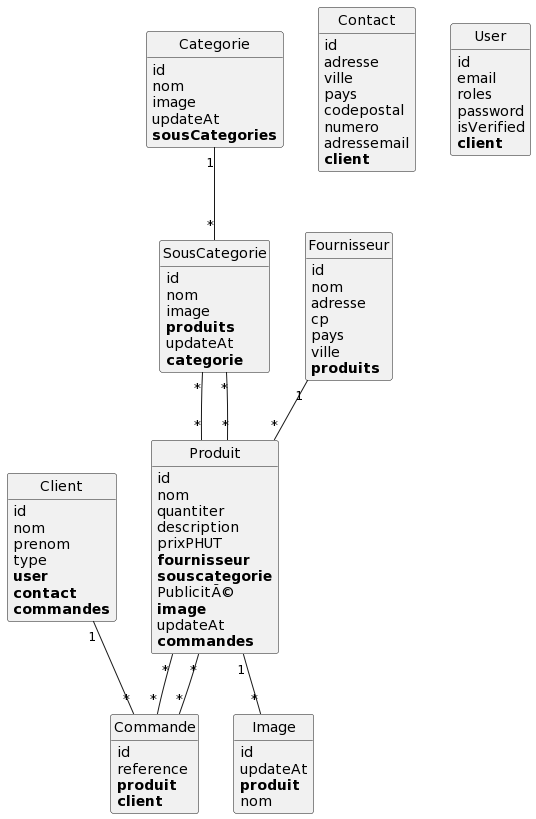
This is ShopMaquette/puml/index.png from Gispsy/ShopMaquette, a PlantUML export, as it was before one commit.
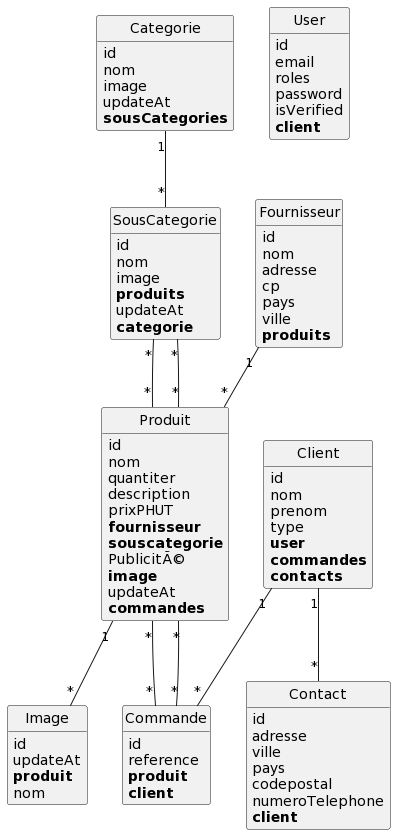
After the change.

The edit, as a diff of the source:
```diff
@@ -13,8 +13,8 @@
 	prenom
 	type
 	**user**
-	**contact**
 	**commandes**
+	**contacts**
 }
 
 class Commande {
@@ -30,8 +30,7 @@
 	ville
 	pays
 	codepostal
-	numero
-	adressemail
+	numeroTelephone
 	**client**
 }
 
@@ -86,6 +85,7 @@
 
 Categorie "1"--"*" SousCategorie
 Client "1"--"*" Commande
+Client "1"--"*" Contact
 Commande "*"--"*" Produit
 Fournisseur "1"--"*" Produit
 Produit "*"--"*" SousCategorie
```
